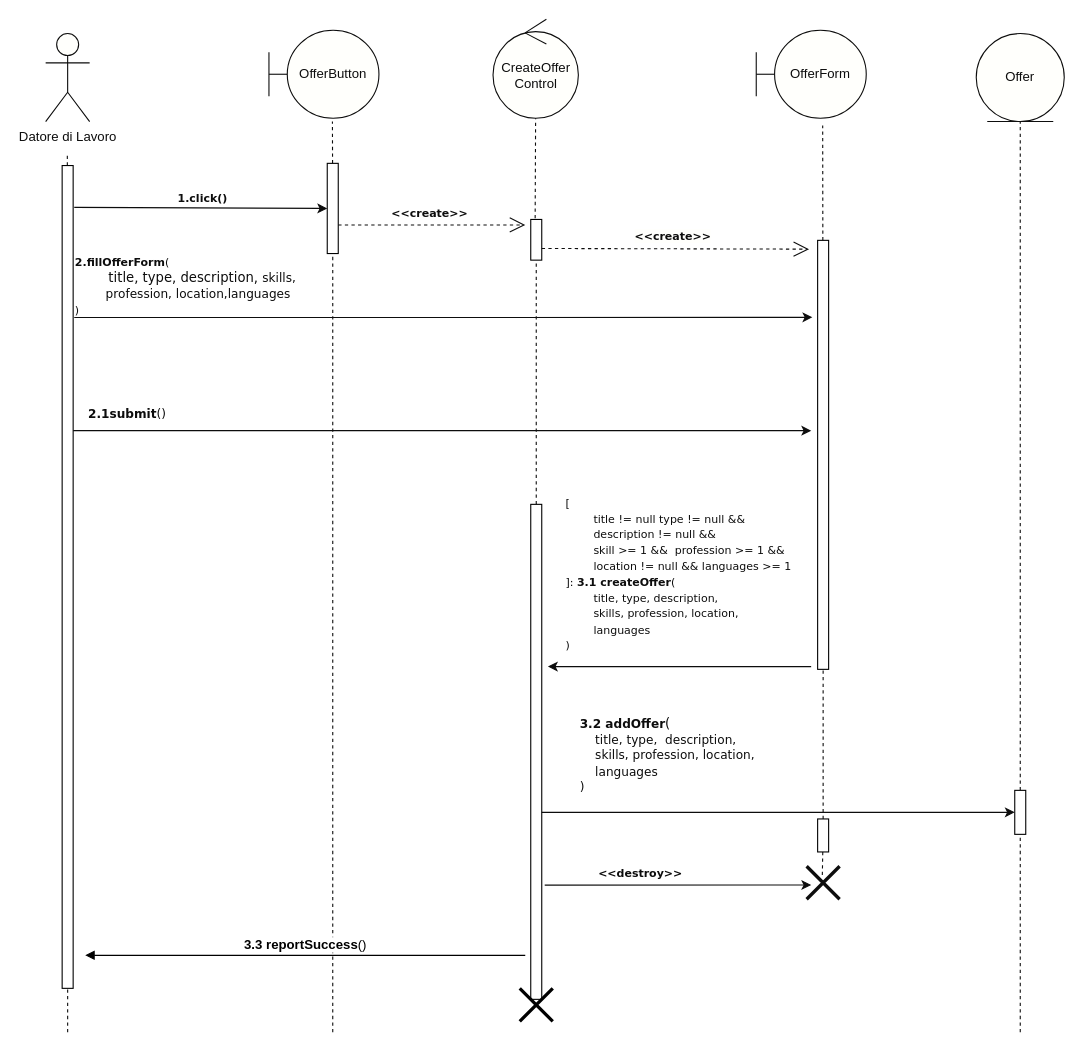
Above: Documentazione/1. Requirement_Analysis_Document/Sequence_Diagrams/SD_CO_editable.drawio in JacopoPassariello/TuringCareers (draw.io), before the change. Source tidied: cells renumbered, new cells numbered last; positions are measured from the earlier drawing's top-left corner, leaving out a move shared by most shapes. Both pictures are drawn from the tidied source at 110%, with x=0, y=0 at pixel (45, 19).
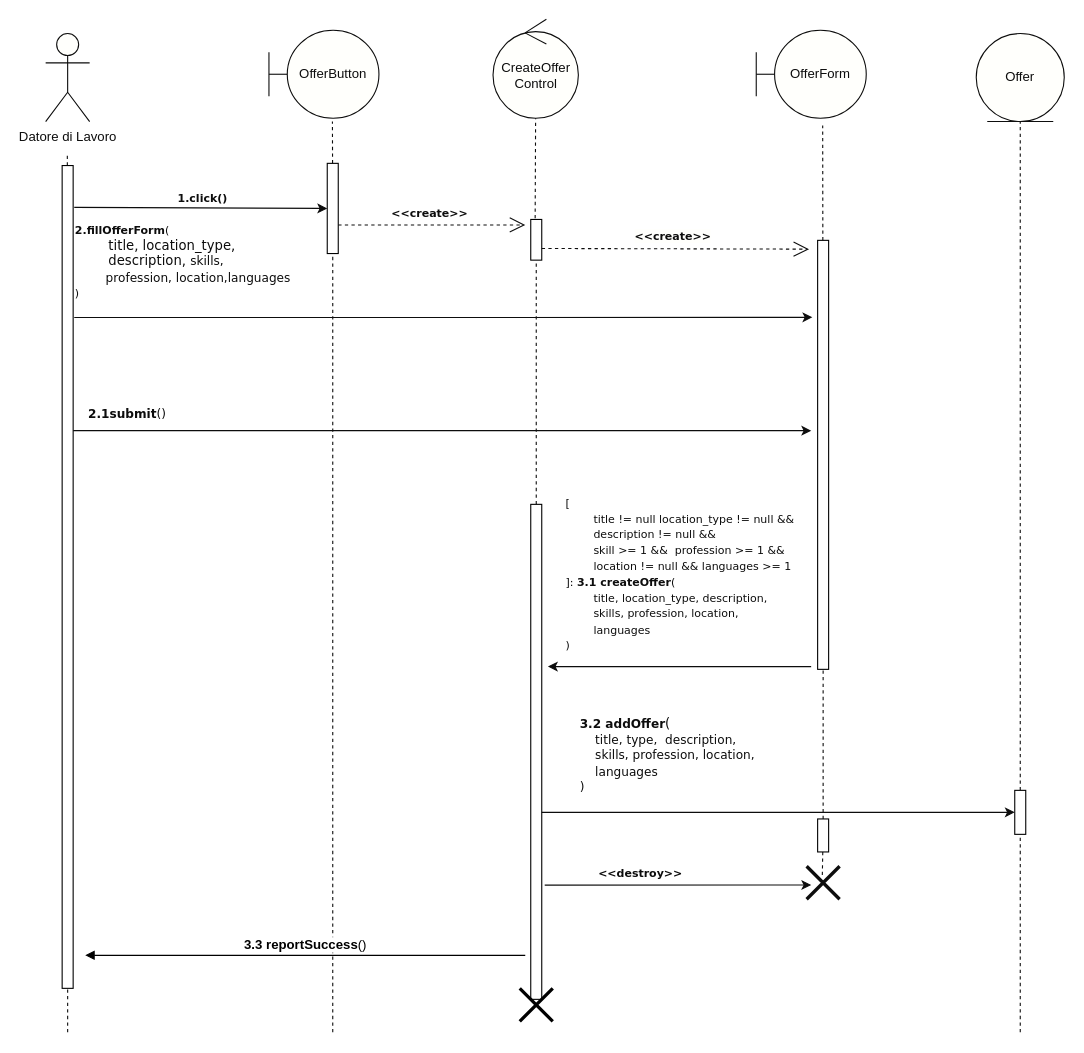
After the change.

Commit message (it also covers changes not shown here):
Update sequence diagram CO

What changed in the source:
```diff
@@
-    <mxCell id="21" value="&lt;font face=&quot;Verdana&quot;&gt;&lt;font style=&quot;font-size: 10px;&quot;&gt;&lt;b style=&quot;&quot;&gt;2.fillOfferForm&lt;/b&gt;(&lt;br&gt;&lt;/font&gt;&lt;span style=&quot;white-space: pre;&quot;&gt;&#9;&lt;/span&gt;title, type,&amp;nbsp;description,&amp;nbsp;&lt;span style=&quot;font-size: 11px;&quot;&gt;skills, &lt;br&gt;&lt;span style=&quot;white-space: pre;&quot;&gt;&#9;&lt;/span&gt;profession, location,&lt;/span&gt;&lt;span style=&quot;font-size: 11px;&quot;&gt;languages&lt;/span&gt;&lt;font style=&quot;font-size: 10px;&quot;&gt;&lt;br&gt;)&lt;/font&gt;&lt;/font&gt;" style="text;html=1;strokeColor=none;fillColor=none;align=left;verticalAlign=middle;whiteSpace=wrap;rounded=0;labelBackgroundColor=none;fontColor=#0D0D0D;" parent="1" vertex="1">
-      <mxGeometry x="25" y="213" width="240" height="58" as="geometry" />
+    <mxCell id="21" value="&lt;font face=&quot;Verdana&quot;&gt;&lt;font style=&quot;font-size: 10px;&quot;&gt;&lt;b style=&quot;&quot;&gt;2.fillOfferForm&lt;/b&gt;(&lt;br&gt;&lt;/font&gt;&lt;span style=&quot;white-space: pre;&quot;&gt;&#9;&lt;/span&gt;title, location_type,&lt;br&gt;&lt;span style=&quot;white-space: pre;&quot;&gt;&#9;&lt;/span&gt;description,&amp;nbsp;&lt;span style=&quot;font-size: 11px;&quot;&gt;skills,&lt;br&gt;&lt;span style=&quot;white-space: pre;&quot;&gt;&#9;&lt;/span&gt;profession, location,&lt;/span&gt;&lt;span style=&quot;font-size: 11px;&quot;&gt;languages&lt;/span&gt;&lt;font style=&quot;font-size: 10px;&quot;&gt;&lt;br&gt;)&lt;/font&gt;&lt;/font&gt;" style="text;html=1;strokeColor=none;fillColor=none;align=left;verticalAlign=middle;whiteSpace=wrap;rounded=0;labelBackgroundColor=none;fontColor=#0D0D0D;" parent="1" vertex="1">
+      <mxGeometry x="25" y="191" width="240" height="58" as="geometry" />
     </mxCell>
@@
-    <mxCell id="28" value="&lt;font face=&quot;Verdana&quot;&gt;&lt;font style=&quot;font-size: 10px;&quot;&gt;[ &lt;br&gt;&lt;span style=&quot;white-space: pre;&quot;&gt;&#9;&lt;/span&gt;title != null type != null &amp;amp;&amp;amp; &lt;span style=&quot;white-space: pre;&quot;&gt;&#9;&lt;/span&gt;description != null &amp;amp;&amp;amp;&lt;br&gt;&lt;span style=&quot;white-space: pre;&quot;&gt;&#9;&lt;/span&gt;skill &amp;gt;= 1 &amp;amp;&amp;amp;&amp;nbsp; profession &amp;gt;= 1 &amp;amp;&amp;amp;&lt;br&gt;&lt;span style=&quot;white-space: pre;&quot;&gt;&#9;&lt;/span&gt;location != null &amp;amp;&amp;amp; languages &amp;gt;= 1&lt;br&gt;]: &lt;b style=&quot;&quot;&gt;3.1 createOffer&lt;/b&gt;(&lt;br&gt;&lt;span style=&quot;white-space: pre;&quot;&gt;&amp;nbsp;&amp;nbsp;&amp;nbsp;&amp;nbsp;&lt;span style=&quot;white-space: pre;&quot;&gt;&#9;&lt;/span&gt;&lt;/span&gt;&lt;/font&gt;&lt;font style=&quot;font-size: 10px;&quot;&gt;title, type, description,&lt;/font&gt;&lt;br&gt;&lt;span style=&quot;font-size: 10px;&quot;&gt;&lt;span style=&quot;&quot;&gt;&lt;span style=&quot;white-space: pre;&quot;&gt;&amp;nbsp;&amp;nbsp;&amp;nbsp;&amp;nbsp;&lt;span style=&quot;white-space: pre;&quot;&gt;&#9;&lt;/span&gt;&lt;/span&gt;&lt;/span&gt;skills,&amp;nbsp;&lt;/span&gt;&lt;span style=&quot;font-size: 10px;&quot;&gt;profession,&lt;span style=&quot;white-space: pre;&quot;&gt;&amp;nbsp;&lt;/span&gt;&lt;/span&gt;&lt;span style=&quot;font-size: 10px;&quot;&gt;location,&lt;/span&gt;&lt;br style=&quot;font-size: 10px;&quot;&gt;&lt;span style=&quot;font-size: 10px;&quot;&gt;&lt;span style=&quot;&quot;&gt;&amp;nbsp;&amp;nbsp;&amp;nbsp;&amp;nbsp;&lt;span style=&quot;white-space: pre;&quot;&gt;&amp;nbsp;&amp;nbsp;&amp;nbsp;&amp;nbsp;&lt;/span&gt;&lt;/span&gt;&lt;/span&gt;&lt;span style=&quot;font-size: 10px;&quot;&gt;languages&lt;/span&gt;&lt;font style=&quot;font-size: 10px;&quot;&gt;&lt;br&gt;)&lt;/font&gt;&lt;/font&gt;" style="text;html=1;strokeColor=none;fillColor=none;align=left;verticalAlign=middle;whiteSpace=wrap;rounded=0;fontColor=#0D0D0D;" parent="1" vertex="1">
-      <mxGeometry x="470.8" y="418.5" width="211" height="170" as="geometry" />
+    <mxCell id="28" value="&lt;font face=&quot;Verdana&quot;&gt;&lt;font style=&quot;font-size: 10px;&quot;&gt;[ &lt;br&gt;&lt;span style=&quot;white-space: pre;&quot;&gt;&#9;&lt;/span&gt;title != null location_type != null &amp;amp;&amp;amp; &lt;span style=&quot;white-space: pre;&quot;&gt;&#9;&lt;/span&gt;description != null &amp;amp;&amp;amp;&lt;br&gt;&lt;span style=&quot;white-space: pre;&quot;&gt;&#9;&lt;/span&gt;skill &amp;gt;= 1 &amp;amp;&amp;amp;&amp;nbsp; profession &amp;gt;= 1 &amp;amp;&amp;amp;&lt;br&gt;&lt;span style=&quot;white-space: pre;&quot;&gt;&#9;&lt;/span&gt;location != null &amp;amp;&amp;amp; languages &amp;gt;= 1&lt;br&gt;]: &lt;b style=&quot;&quot;&gt;3.1 createOffer&lt;/b&gt;(&lt;br&gt;&lt;span style=&quot;white-space: pre;&quot;&gt;&amp;nbsp;&amp;nbsp;&amp;nbsp;&amp;nbsp;&lt;span style=&quot;white-space: pre;&quot;&gt;&#9;&lt;/span&gt;&lt;/span&gt;&lt;/font&gt;&lt;font style=&quot;font-size: 10px;&quot;&gt;title, location_type, description,&lt;/font&gt;&lt;br&gt;&lt;span style=&quot;font-size: 10px;&quot;&gt;&lt;span style=&quot;&quot;&gt;&lt;span style=&quot;white-space: pre;&quot;&gt;&amp;nbsp;&amp;nbsp;&amp;nbsp;&amp;nbsp;&lt;span style=&quot;white-space: pre;&quot;&gt;&#9;&lt;/span&gt;&lt;/span&gt;&lt;/span&gt;skills,&amp;nbsp;&lt;/span&gt;&lt;span style=&quot;font-size: 10px;&quot;&gt;profession,&lt;span style=&quot;white-space: pre;&quot;&gt;&amp;nbsp;&lt;/span&gt;&lt;/span&gt;&lt;span style=&quot;font-size: 10px;&quot;&gt;location,&lt;/span&gt;&lt;br style=&quot;font-size: 10px;&quot;&gt;&lt;span style=&quot;font-size: 10px;&quot;&gt;&lt;span style=&quot;&quot;&gt;&amp;nbsp;&amp;nbsp;&amp;nbsp;&amp;nbsp;&lt;span style=&quot;white-space: pre;&quot;&gt;&amp;nbsp;&amp;nbsp;&amp;nbsp;&amp;nbsp;&lt;/span&gt;&lt;/span&gt;&lt;/span&gt;&lt;span style=&quot;font-size: 10px;&quot;&gt;languages&lt;/span&gt;&lt;font style=&quot;font-size: 10px;&quot;&gt;&lt;br&gt;)&lt;/font&gt;&lt;/font&gt;" style="text;html=1;strokeColor=none;fillColor=none;align=left;verticalAlign=middle;whiteSpace=wrap;rounded=0;fontColor=#0D0D0D;" parent="1" vertex="1">
+      <mxGeometry x="470.8" y="418.5" width="225.2" height="170" as="geometry" />
     </mxCell>
```
